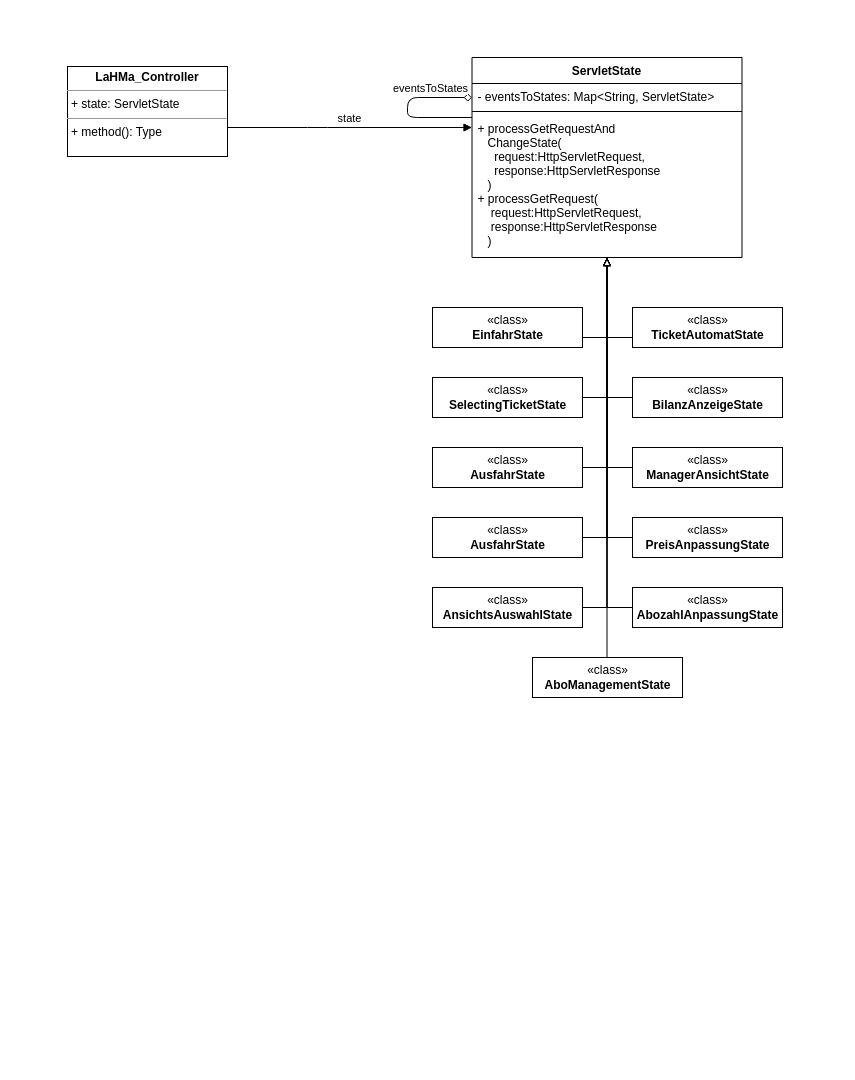
The draw.io diagram modelling/Class_Diagramm/KlassenDiagramm_SimulationsProgramm.drawio in Filsball/LaHMa_Carpark, before the edit. Source tidied: cells renumbered, new cells numbered last; positions are measured from the earlier drawing's top-left corner, leaving out a move shared by most shapes. Both pictures are drawn from the tidied source at 100%, with x=0, y=0 at pixel (67, 57).
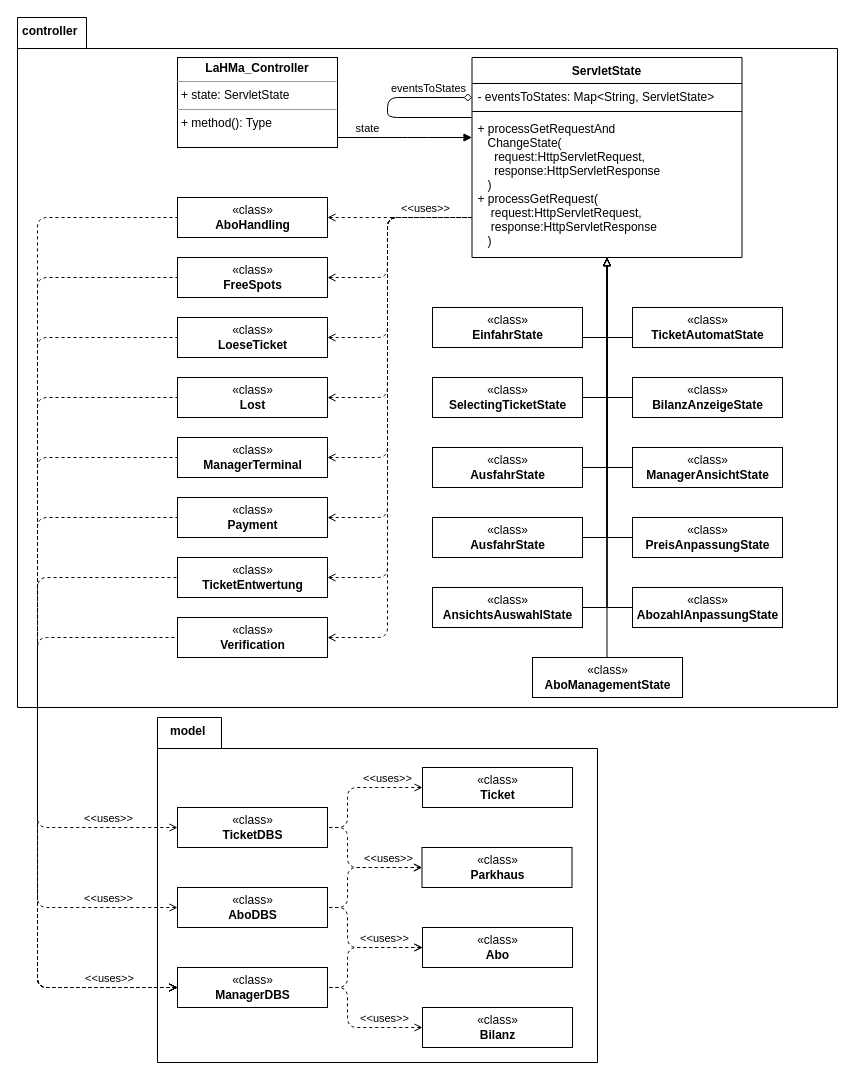
Above is the later version.

The change refers to these unchanged cells:
```xml
<mxCell id="26" value="ServletState" style="swimlane;fontStyle=1;align=center;verticalAlign=top;horizontal=1;startSize=26;" parent="1" vertex="1">
  <mxGeometry x="404.5" width="270" height="200" as="geometry" />
</mxCell>
<mxCell id="29" value="+ processGetRequestAnd&#10;   ChangeState(&#10;     request:HttpServletRequest, &#10;     response:HttpServletResponse&#10;   )&#10;+ processGetRequest(&#10;    request:HttpServletRequest, &#10;    response:HttpServletResponse&#10;   )" style="text;strokeColor=none;fillColor=none;align=left;verticalAlign=top;spacingLeft=4;spacingRight=4;overflow=hidden;points=[[0,0.5],[1,0.5]];portConstraint=eastwest;" parent="26" vertex="1">
  <mxGeometry y="58" width="270" height="142" as="geometry" />
</mxCell>
```

What changed in the source:
```diff
@@
+    <mxCell id="31" value="model&lt;br&gt;" style="shape=folder;fontStyle=1;spacingTop=0;tabWidth=64;tabHeight=31;tabPosition=left;html=1;align=left;verticalAlign=top;spacingLeft=11;" parent="1" vertex="1">
+      <mxGeometry x="90" y="660" width="440" height="345" as="geometry" />
+    </mxCell>
+    <mxCell id="32" value="controller" style="shape=folder;fontStyle=1;spacingTop=0;tabWidth=64;tabHeight=31;tabPosition=left;html=1;align=left;verticalAlign=top;spacingLeft=3;" parent="1" vertex="1">
+      <mxGeometry x="-50" y="-40" width="820" height="690" as="geometry" />
+    </mxCell>
@@
     <mxCell id="24" value="&lt;span&gt;eventsToStates&lt;/span&gt;" style="html=1;verticalAlign=bottom;endArrow=none;edgeStyle=orthogonalEdgeStyle;startArrow=diamond;startFill=0;endFill=0;" parent="1" edge="1" source="26" target="26">
-      <mxGeometry x="-0.44" relative="1" as="geometry">
+      <mxGeometry x="-0.53" relative="1" as="geometry">
         <Array as="points">
-          <mxPoint x="340" y="40" />
-          <mxPoint x="340" y="60" />
+          <mxPoint x="320" y="40" />
+          <mxPoint x="320" y="60" />
         </Array>
       </mxGeometry>
     </mxCell>
     <mxCell id="25" value="&lt;p style=&quot;margin: 0px ; margin-top: 4px ; text-align: center&quot;&gt;&lt;b&gt;LaHMa_Controller&lt;/b&gt;&lt;/p&gt;&lt;hr size=&quot;1&quot;&gt;&lt;p style=&quot;margin: 0px ; margin-left: 4px&quot;&gt;+ state: ServletState&lt;/p&gt;&lt;hr size=&quot;1&quot;&gt;&lt;p style=&quot;margin: 0px ; margin-left: 4px&quot;&gt;+ method(): Type&lt;/p&gt;" style="verticalAlign=top;align=left;overflow=fill;fontSize=12;fontFamily=Helvetica;html=1;" parent="1" vertex="1">
-      <mxGeometry y="9" width="160" height="90" as="geometry" />
+      <mxGeometry x="110" width="160" height="90" as="geometry" />
     </mxCell>
@@
     <mxCell id="30" value="state" style="html=1;verticalAlign=bottom;endArrow=block;edgeStyle=orthogonalEdgeStyle;" parent="1" edge="1" source="25" target="26">
-      <mxGeometry relative="1" as="geometry">
+      <mxGeometry x="0.19" y="-50" relative="1" as="geometry">
         <Array as="points">
-          <mxPoint x="250" y="70" />
-          <mxPoint x="250" y="70" />
+          <mxPoint x="350" y="80" />
+          <mxPoint x="350" y="80" />
         </Array>
+        <mxPoint x="-50" y="-50" as="offset" />
       </mxGeometry>
     </mxCell>
+    <mxCell id="33" value="«class»&lt;br&gt;&lt;b&gt;AboHandling&lt;/b&gt;&lt;br&gt;" style="html=1;" parent="1" vertex="1">
+      <mxGeometry x="110" y="140" width="150" height="40" as="geometry" />
+    </mxCell>
+    <mxCell id="34" value="«class»&lt;br&gt;&lt;b&gt;FreeSpots&lt;/b&gt;&lt;br&gt;" style="html=1;" parent="1" vertex="1">
+      <mxGeometry x="110" y="200" width="150" height="40" as="geometry" />
+    </mxCell>
+    <mxCell id="35" value="«class»&lt;br&gt;&lt;b&gt;LoeseTicket&lt;/b&gt;&lt;br&gt;" style="html=1;" parent="1" vertex="1">
+      <mxGeometry x="110" y="260" width="150" height="40" as="geometry" />
+    </mxCell>
+    <mxCell id="36" value="«class»&lt;br&gt;&lt;b&gt;Lost&lt;/b&gt;&lt;br&gt;" style="html=1;" parent="1" vertex="1">
+      <mxGeometry x="110" y="320" width="150" height="40" as="geometry" />
+    </mxCell>
+    <mxCell id="37" value="«class»&lt;br&gt;&lt;b&gt;ManagerTerminal&lt;/b&gt;&lt;br&gt;" style="html=1;" parent="1" vertex="1">
+      <mxGeometry x="110" y="380" width="150" height="40" as="geometry" />
+    </mxCell>
+    <mxCell id="38" value="«class»&lt;br&gt;&lt;b&gt;Payment&lt;/b&gt;&lt;br&gt;" style="html=1;" parent="1" vertex="1">
+      <mxGeometry x="110" y="440" width="150" height="40" as="geometry" />
+    </mxCell>
+    <mxCell id="39" value="«class»&lt;br&gt;&lt;b&gt;TicketEntwertung&lt;/b&gt;&lt;br&gt;" style="html=1;" parent="1" vertex="1">
+      <mxGeometry x="110" y="500" width="150" height="40" as="geometry" />
+    </mxCell>
+    <mxCell id="40" value="«class»&lt;br&gt;&lt;b&gt;Verification&lt;/b&gt;&lt;br&gt;" style="html=1;" parent="1" vertex="1">
+      <mxGeometry x="110" y="560" width="150" height="40" as="geometry" />
+    </mxCell>
+    <mxCell id="41" value="&amp;lt;&amp;lt;uses&amp;gt;&amp;gt;" style="html=1;verticalAlign=bottom;endArrow=none;dashed=1;endSize=8;edgeStyle=orthogonalEdgeStyle;endFill=0;startArrow=open;startFill=0;" parent="1" edge="1" source="33" target="26">
+      <mxGeometry x="0.36" relative="1" as="geometry">
+        <Array as="points">
+          <mxPoint x="250" y="160" />
+          <mxPoint x="250" y="160" />
+        </Array>
+      </mxGeometry>
+    </mxCell>
+    <mxCell id="42" style="html=1;verticalAlign=bottom;endArrow=none;dashed=1;endSize=8;edgeStyle=orthogonalEdgeStyle;endFill=0;startArrow=open;startFill=0;" parent="1" edge="1" source="34" target="29">
+      <mxGeometry x="0.36" relative="1" as="geometry">
+        <Array as="points">
+          <mxPoint x="320" y="220" />
+          <mxPoint x="320" y="160" />
+        </Array>
+      </mxGeometry>
+    </mxCell>
+    <mxCell id="43" style="html=1;verticalAlign=bottom;endArrow=none;dashed=1;endSize=8;edgeStyle=orthogonalEdgeStyle;endFill=0;startArrow=open;startFill=0;" parent="1" edge="1" source="35" target="29">
+      <mxGeometry x="0.36" relative="1" as="geometry">
+        <Array as="points">
+          <mxPoint x="320" y="280" />
+          <mxPoint x="320" y="160" />
+        </Array>
+      </mxGeometry>
+    </mxCell>
+    <mxCell id="44" style="html=1;verticalAlign=bottom;endArrow=none;dashed=1;endSize=8;edgeStyle=orthogonalEdgeStyle;endFill=0;startArrow=open;startFill=0;" parent="1" edge="1" source="36" target="26">
+      <mxGeometry x="0.36" relative="1" as="geometry">
+        <Array as="points">
+          <mxPoint x="320" y="340" />
+          <mxPoint x="320" y="160" />
+        </Array>
+      </mxGeometry>
+    </mxCell>
+    <mxCell id="45" style="html=1;verticalAlign=bottom;endArrow=none;dashed=1;endSize=8;edgeStyle=orthogonalEdgeStyle;endFill=0;startArrow=open;startFill=0;" parent="1" edge="1" source="37" target="29">
+      <mxGeometry x="0.36" relative="1" as="geometry">
+        <Array as="points">
+          <mxPoint x="320" y="400" />
+          <mxPoint x="320" y="160" />
+        </Array>
+      </mxGeometry>
+    </mxCell>
+    <mxCell id="46" style="html=1;verticalAlign=bottom;endArrow=none;dashed=1;endSize=8;edgeStyle=orthogonalEdgeStyle;endFill=0;startArrow=open;startFill=0;" parent="1" edge="1" source="38" target="29">
+      <mxGeometry x="0.36" relative="1" as="geometry">
+        <Array as="points">
+          <mxPoint x="320" y="460" />
+          <mxPoint x="320" y="160" />
+        </Array>
+      </mxGeometry>
+    </mxCell>
+    <mxCell id="47" style="html=1;verticalAlign=bottom;endArrow=none;dashed=1;endSize=8;edgeStyle=orthogonalEdgeStyle;endFill=0;startArrow=open;startFill=0;" parent="1" edge="1" source="39" target="29">
+      <mxGeometry x="0.36" relative="1" as="geometry">
+        <Array as="points">
+          <mxPoint x="320" y="520" />
+          <mxPoint x="320" y="160" />
+        </Array>
+      </mxGeometry>
+    </mxCell>
+    <mxCell id="48" style="html=1;verticalAlign=bottom;endArrow=none;dashed=1;endSize=8;edgeStyle=orthogonalEdgeStyle;endFill=0;startArrow=open;startFill=0;" parent="1" edge="1" source="40" target="29">
+      <mxGeometry x="0.36" relative="1" as="geometry">
+        <Array as="points">
+          <mxPoint x="320" y="580" />
+          <mxPoint x="320" y="160" />
+        </Array>
+      </mxGeometry>
+    </mxCell>
+    <mxCell id="49" value="«class»&lt;br&gt;&lt;b&gt;Abo&lt;/b&gt;&lt;br&gt;" style="html=1;" parent="1" vertex="1">
+      <mxGeometry x="355" y="870" width="150" height="40" as="geometry" />
+    </mxCell>
+    <mxCell id="50" value="«class»&lt;br&gt;&lt;b&gt;AboDBS&lt;/b&gt;&lt;br&gt;" style="html=1;" parent="1" vertex="1">
+      <mxGeometry x="110" y="830" width="150" height="40" as="geometry" />
+    </mxCell>
+    <mxCell id="51" value="«class»&lt;br&gt;&lt;b&gt;TicketDBS&lt;/b&gt;&lt;br&gt;" style="html=1;" parent="1" vertex="1">
+      <mxGeometry x="110" y="750" width="150" height="40" as="geometry" />
+    </mxCell>
+    <mxCell id="52" value="«class»&lt;br&gt;&lt;b&gt;ManagerDBS&lt;/b&gt;&lt;br&gt;" style="html=1;" parent="1" vertex="1">
+      <mxGeometry x="110" y="910" width="150" height="40" as="geometry" />
+    </mxCell>
+    <mxCell id="53" value="«class»&lt;br&gt;&lt;b&gt;Bilanz&lt;/b&gt;&lt;br&gt;" style="html=1;" parent="1" vertex="1">
+      <mxGeometry x="355" y="950" width="150" height="40" as="geometry" />
+    </mxCell>
+    <mxCell id="54" value="«class»&lt;br&gt;&lt;b&gt;Parkhaus&lt;/b&gt;&lt;br&gt;" style="html=1;" parent="1" vertex="1">
+      <mxGeometry x="354.5" y="790" width="150" height="40" as="geometry" />
+    </mxCell>
+    <mxCell id="55" value="«class»&lt;br&gt;&lt;b&gt;Ticket&lt;/b&gt;&lt;br&gt;" style="html=1;" parent="1" vertex="1">
+      <mxGeometry x="355" y="710" width="150" height="40" as="geometry" />
+    </mxCell>
+    <mxCell id="56" value="&amp;lt;&amp;lt;uses&amp;gt;&amp;gt;" style="html=1;verticalAlign=bottom;endArrow=none;dashed=1;endSize=8;edgeStyle=orthogonalEdgeStyle;endFill=0;startArrow=open;startFill=0;" parent="1" edge="1" source="50" target="40">
+      <mxGeometry x="-0.75" relative="1" as="geometry">
+        <Array as="points">
+          <mxPoint x="-30" y="850" />
+          <mxPoint x="-30" y="580" />
+        </Array>
+      </mxGeometry>
+    </mxCell>
+    <mxCell id="57" value="&amp;lt;&amp;lt;uses&amp;gt;&amp;gt;" style="html=1;verticalAlign=bottom;endArrow=none;dashed=1;endSize=8;edgeStyle=orthogonalEdgeStyle;endFill=0;startArrow=open;startFill=0;" parent="1" edge="1" source="49" target="50">
+      <mxGeometry x="-0.44" relative="1" as="geometry">
+        <Array as="points">
+          <mxPoint x="280" y="890" />
+          <mxPoint x="280" y="850" />
+        </Array>
+      </mxGeometry>
+    </mxCell>
+    <mxCell id="58" value="&amp;lt;&amp;lt;uses&amp;gt;&amp;gt;" style="html=1;verticalAlign=bottom;endArrow=none;dashed=1;endSize=8;edgeStyle=orthogonalEdgeStyle;endFill=0;startArrow=open;startFill=0;" parent="1" edge="1" source="55" target="51">
+      <mxGeometry x="-0.48" relative="1" as="geometry">
+        <Array as="points">
+          <mxPoint x="280" y="730" />
+          <mxPoint x="280" y="770" />
+        </Array>
+      </mxGeometry>
+    </mxCell>
+    <mxCell id="59" style="html=1;verticalAlign=bottom;endArrow=none;dashed=1;endSize=8;edgeStyle=orthogonalEdgeStyle;endFill=0;startArrow=open;startFill=0;" parent="1" edge="1" source="54" target="50">
+      <mxGeometry x="0.36" relative="1" as="geometry">
+        <Array as="points">
+          <mxPoint x="280" y="810" />
+          <mxPoint x="280" y="850" />
+        </Array>
+      </mxGeometry>
+    </mxCell>
+    <mxCell id="60" value="&amp;lt;&amp;lt;uses&amp;gt;&amp;gt;" style="html=1;verticalAlign=bottom;endArrow=none;dashed=1;endSize=8;edgeStyle=orthogonalEdgeStyle;endFill=0;startArrow=open;startFill=0;" parent="1" edge="1" source="54" target="51">
+      <mxGeometry x="-0.49" relative="1" as="geometry">
+        <Array as="points">
+          <mxPoint x="280" y="810" />
+          <mxPoint x="280" y="770" />
+        </Array>
+      </mxGeometry>
+    </mxCell>
+    <mxCell id="61" value="&amp;lt;&amp;lt;uses&amp;gt;&amp;gt;" style="html=1;verticalAlign=bottom;endArrow=none;dashed=1;endSize=8;edgeStyle=orthogonalEdgeStyle;endFill=0;startArrow=open;startFill=0;" parent="1" edge="1" source="53" target="52">
+      <mxGeometry x="-0.44" relative="1" as="geometry">
+        <Array as="points">
+          <mxPoint x="280" y="970" />
+          <mxPoint x="280" y="930" />
+        </Array>
+      </mxGeometry>
+    </mxCell>
+    <mxCell id="62" style="html=1;verticalAlign=bottom;endArrow=none;dashed=1;endSize=8;edgeStyle=orthogonalEdgeStyle;endFill=0;startArrow=open;startFill=0;" parent="1" edge="1" source="49" target="52">
+      <mxGeometry x="-0.44" relative="1" as="geometry">
+        <Array as="points">
+          <mxPoint x="280" y="890" />
+          <mxPoint x="280" y="930" />
+        </Array>
+      </mxGeometry>
+    </mxCell>
+    <mxCell id="63" value="&amp;lt;&amp;lt;uses&amp;gt;&amp;gt;" style="html=1;verticalAlign=bottom;endArrow=none;dashed=1;endSize=8;edgeStyle=orthogonalEdgeStyle;endFill=0;startArrow=open;startFill=0;" parent="1" edge="1" source="51" target="39">
+      <mxGeometry x="-0.74" relative="1" as="geometry">
+        <Array as="points">
+          <mxPoint x="-30" y="770" />
+          <mxPoint x="-30" y="520" />
+        </Array>
+      </mxGeometry>
+    </mxCell>
+    <mxCell id="64" style="html=1;verticalAlign=bottom;endArrow=none;dashed=1;endSize=8;edgeStyle=orthogonalEdgeStyle;endFill=0;startArrow=open;startFill=0;" parent="1" edge="1" source="52" target="38">
+      <mxGeometry x="0.36" relative="1" as="geometry">
+        <Array as="points">
+          <mxPoint x="-30" y="930" />
+          <mxPoint x="-30" y="460" />
+        </Array>
+      </mxGeometry>
+    </mxCell>
+    <mxCell id="65" style="html=1;verticalAlign=bottom;endArrow=none;dashed=1;endSize=8;edgeStyle=orthogonalEdgeStyle;endFill=0;startArrow=open;startFill=0;" parent="1" edge="1" source="52" target="37">
+      <mxGeometry x="0.36" relative="1" as="geometry">
+        <Array as="points">
+          <mxPoint x="-30" y="930" />
+          <mxPoint x="-30" y="400" />
+        </Array>
+      </mxGeometry>
+    </mxCell>
+    <mxCell id="66" style="html=1;verticalAlign=bottom;endArrow=none;dashed=1;endSize=8;edgeStyle=orthogonalEdgeStyle;endFill=0;startArrow=open;startFill=0;" parent="1" edge="1" source="52" target="36">
+      <mxGeometry x="0.36" relative="1" as="geometry">
+        <Array as="points">
+          <mxPoint x="-30" y="930" />
+          <mxPoint x="-30" y="340" />
+        </Array>
+      </mxGeometry>
+    </mxCell>
+    <mxCell id="67" style="html=1;verticalAlign=bottom;endArrow=none;dashed=1;endSize=8;edgeStyle=orthogonalEdgeStyle;endFill=0;startArrow=open;startFill=0;" parent="1" edge="1" source="52" target="35">
+      <mxGeometry x="0.36" relative="1" as="geometry">
+        <Array as="points">
+          <mxPoint x="-30" y="930" />
+          <mxPoint x="-30" y="280" />
+        </Array>
+      </mxGeometry>
+    </mxCell>
+    <mxCell id="68" style="html=1;verticalAlign=bottom;endArrow=none;dashed=1;endSize=8;edgeStyle=orthogonalEdgeStyle;endFill=0;startArrow=open;startFill=0;" parent="1" edge="1" source="52" target="34">
+      <mxGeometry x="0.36" relative="1" as="geometry">
+        <Array as="points">
+          <mxPoint x="-30" y="930" />
+          <mxPoint x="-30" y="220" />
+        </Array>
+      </mxGeometry>
+    </mxCell>
+    <mxCell id="69" value="&amp;lt;&amp;lt;uses&amp;gt;&amp;gt;&lt;br&gt;" style="html=1;verticalAlign=bottom;endArrow=none;dashed=1;endSize=8;edgeStyle=orthogonalEdgeStyle;endFill=0;startArrow=open;startFill=0;" parent="1" edge="1" source="52" target="33">
+      <mxGeometry x="-0.87" relative="1" as="geometry">
+        <Array as="points">
+          <mxPoint x="-30" y="930" />
+          <mxPoint x="-30" y="160" />
+        </Array>
+      </mxGeometry>
+    </mxCell>
```
